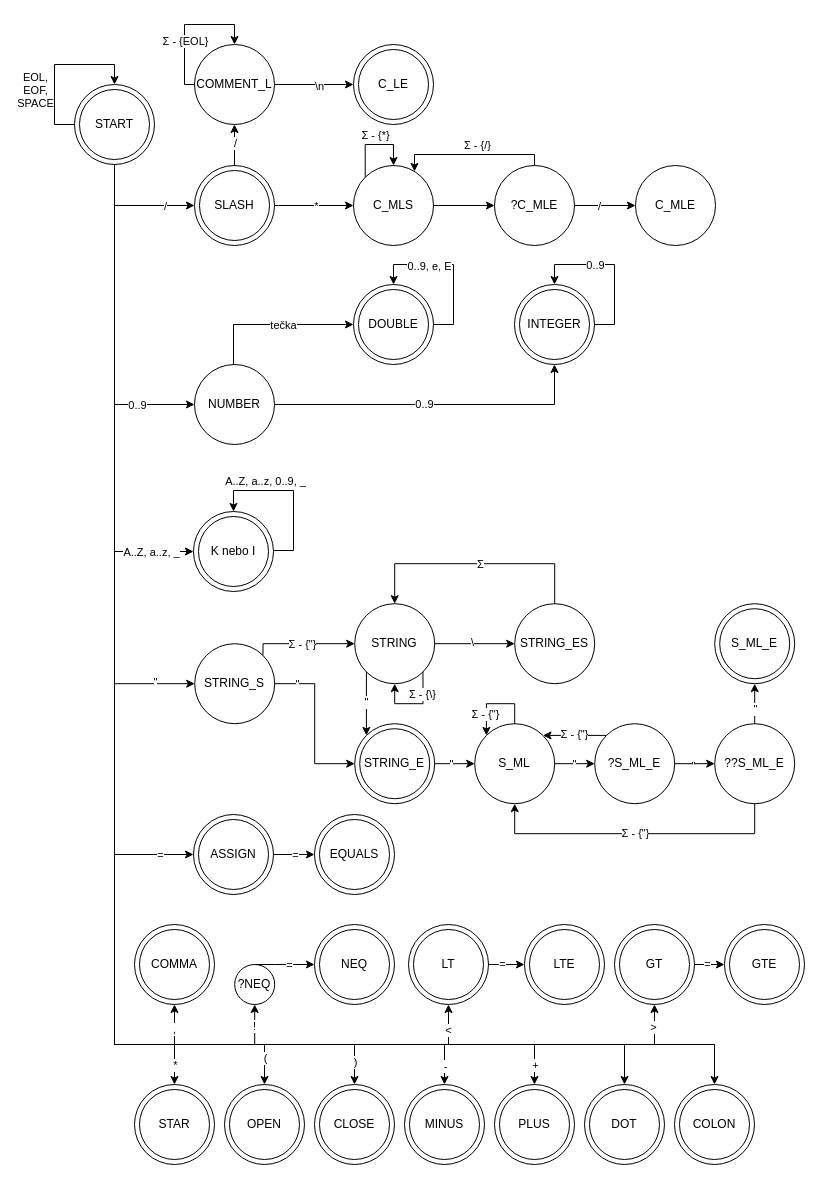
Above: doc/other/lexer.drawio in Zero5G/ifj-project (draw.io), before the change. Source tidied: cells renumbered, new cells numbered last; positions are measured from the earlier drawing's top-left corner, leaving out a move shared by most shapes. Both pictures are drawn from the tidied source at 100%, with x=0, y=0 at pixel (54, 24).
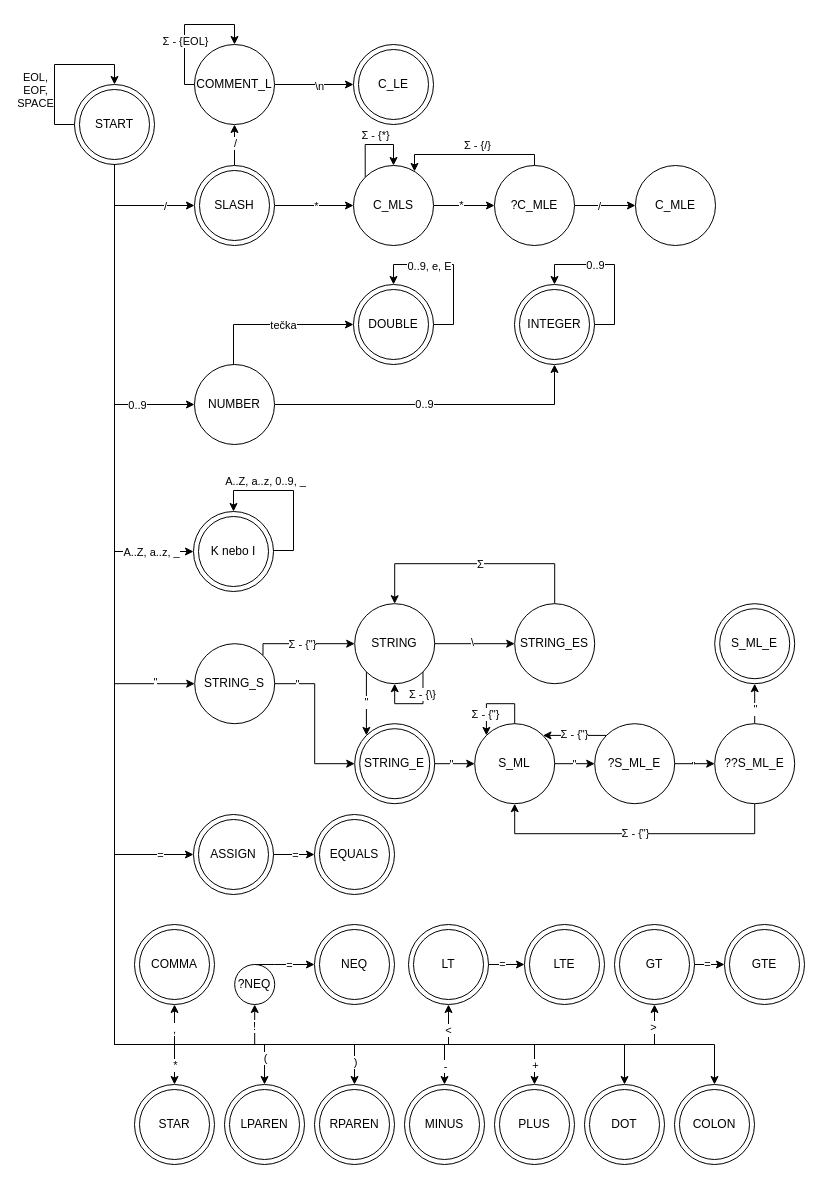
The same diagram, later.

Commit message:
fsm: fix missing transition & fix names

Unchanged cells that the change refers to:
```xml
<mxCell id="16" style="edgeStyle=orthogonalEdgeStyle;rounded=0;jettySize=auto;html=1;exitX=1;exitY=0.5;exitDx=0;exitDy=0;entryX=0;entryY=0.5;entryDx=0;entryDy=0;" parent="1" edge="1" source="56" target="57">
  <mxGeometry relative="1" as="geometry" />
</mxCell>
<mxCell id="108" style="group;" parent="1" vertex="1">
  <mxGeometry x="170" y="1060" width="80" height="80" as="geometry" />
</mxCell>
<mxCell id="118" style="group;" parent="1" vertex="1">
  <mxGeometry x="260" y="1060" width="80" height="80" as="geometry" />
</mxCell>
```

The edit, as a diff of the source:
```diff
@@
+    <mxCell id="174" value="*" style="edgeLabel;html=1;align=center;verticalAlign=middle;" parent="16" vertex="1">
+      <mxGeometry x="-0.11" y="1" relative="1" as="geometry" />
+    </mxCell>
@@
-    <mxCell id="110" value="OPEN" style="ellipse;whiteSpace=wrap;html=1;shapeInside=1;" parent="108" vertex="1">
+    <mxCell id="110" value="LPAREN" style="ellipse;whiteSpace=wrap;html=1;shapeInside=1;" parent="108" vertex="1">
       <mxGeometry x="5" y="5" width="70" height="70" as="geometry" />
     </mxCell>
@@
-    <mxCell id="120" value="CLOSE" style="ellipse;whiteSpace=wrap;html=1;shapeInside=1;" parent="118" vertex="1">
+    <mxCell id="120" value="RPAREN" style="ellipse;whiteSpace=wrap;html=1;shapeInside=1;" parent="118" vertex="1">
       <mxGeometry x="5" y="5" width="70" height="70" as="geometry" />
     </mxCell>
```
